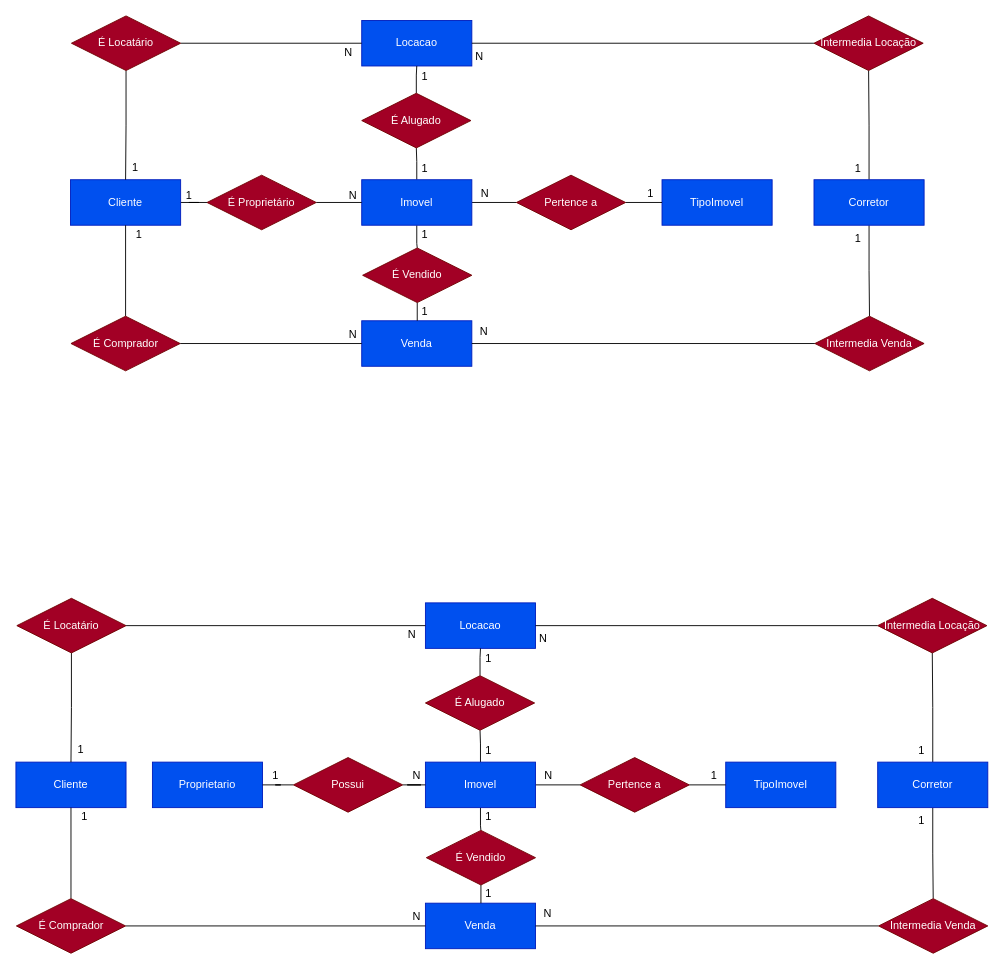
This is ProjetoIntegrador/BD/ProjetoIntegrador.drawio from ViniciusPorcionato/1_ADS_SENAI, a draw.io file, before an edit. Source tidied: cells renumbered, new cells numbered last; positions are measured from the earlier drawing's top-left corner, leaving out a move shared by most shapes. Both pictures are drawn from the tidied source at 91%, with x=0, y=0 at pixel (15, 15).
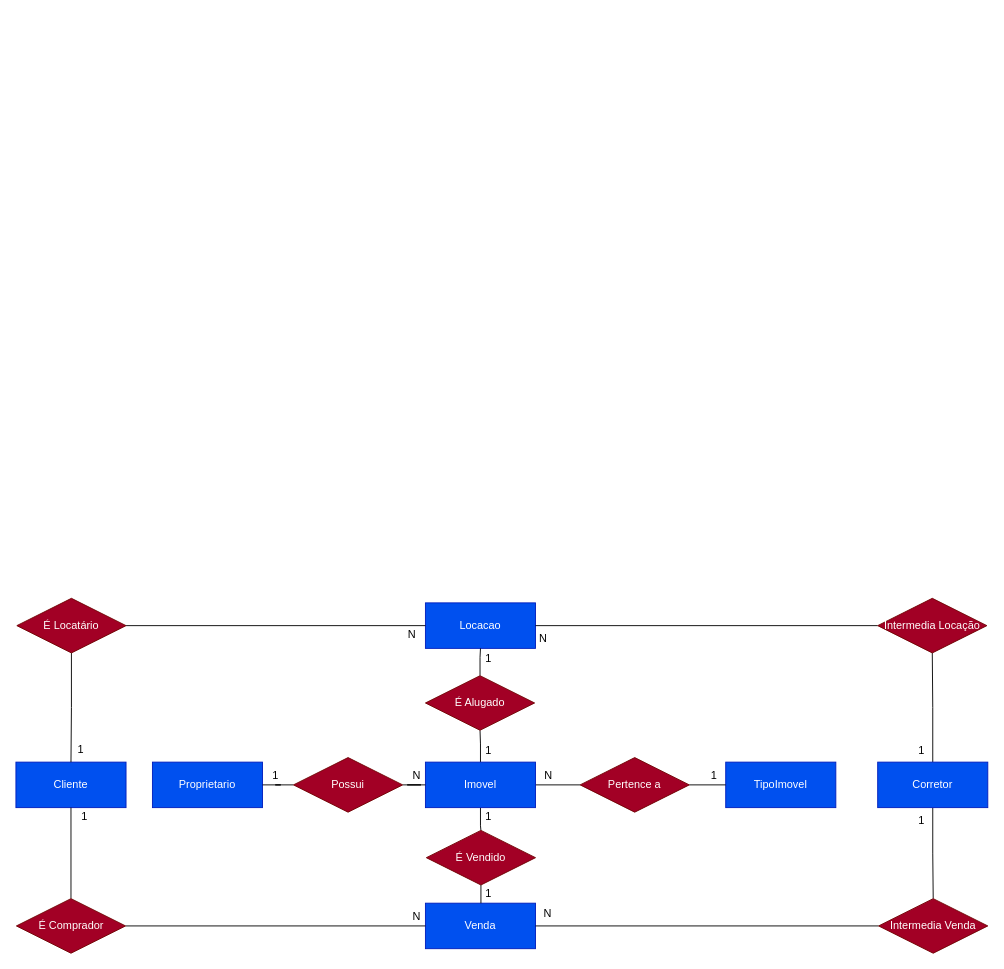
Above is the later version.

Commit message (it also covers changes not shown here):
Projeto Integrador: Atualização do diagrama do banco de dados

The edit, as a diff of the source:
```diff
@@
-    <mxCell id="2" style="edgeStyle=orthogonalEdgeStyle;rounded=0;jettySize=auto;html=1;endArrow=none;startFill=0;" parent="1" edge="1" source="3" target="19">
-      <mxGeometry relative="1" as="geometry" />
-    </mxCell>
-    <mxCell id="3" value="Cliente" style="whiteSpace=wrap;html=1;align=center;fillColor=#0050ef;fontColor=#ffffff;strokeColor=#001DBC;" parent="1" vertex="1">
-      <mxGeometry x="60" y="180" width="121" height="50" as="geometry" />
-    </mxCell>
-    <mxCell id="4" style="edgeStyle=orthogonalEdgeStyle;rounded=0;jettySize=auto;html=1;endArrow=none;startFill=0;" parent="1" edge="1" source="7" target="15">
-      <mxGeometry relative="1" as="geometry" />
-    </mxCell>
-    <mxCell id="5" style="edgeStyle=orthogonalEdgeStyle;rounded=0;jettySize=auto;html=1;endArrow=none;startFill=0;" parent="1" edge="1" source="7" target="17">
-      <mxGeometry relative="1" as="geometry" />
-    </mxCell>
-    <mxCell id="6" style="edgeStyle=orthogonalEdgeStyle;rounded=0;jettySize=auto;html=1;entryX=0;entryY=0.5;entryDx=0;entryDy=0;endArrow=none;startFill=0;" parent="1" edge="1" source="7" target="21">
-      <mxGeometry relative="1" as="geometry" />
-    </mxCell>
-    <mxCell id="7" value="Imovel" style="whiteSpace=wrap;html=1;align=center;fillColor=#0050ef;fontColor=#ffffff;strokeColor=#001DBC;" parent="1" vertex="1">
-      <mxGeometry x="380" y="180" width="121" height="50" as="geometry" />
-    </mxCell>
-    <mxCell id="8" value="Venda" style="whiteSpace=wrap;html=1;align=center;fillColor=#0050ef;fontColor=#ffffff;strokeColor=#001DBC;" parent="1" vertex="1">
-      <mxGeometry x="380" y="335" width="121" height="50" as="geometry" />
-    </mxCell>
-    <mxCell id="9" value="Locacao" style="whiteSpace=wrap;html=1;align=center;fillColor=#0050ef;fontColor=#ffffff;strokeColor=#001DBC;" parent="1" vertex="1">
-      <mxGeometry x="380" y="5" width="121" height="50" as="geometry" />
-    </mxCell>
-    <mxCell id="10" value="TipoImovel" style="whiteSpace=wrap;html=1;align=center;fillColor=#0050ef;fontColor=#ffffff;strokeColor=#001DBC;" parent="1" vertex="1">
-      <mxGeometry x="710" y="180" width="121" height="50" as="geometry" />
-    </mxCell>
-    <mxCell id="11" style="edgeStyle=orthogonalEdgeStyle;rounded=0;jettySize=auto;html=1;entryX=0.5;entryY=1;entryDx=0;entryDy=0;endArrow=none;startFill=0;" parent="1" edge="1" source="13" target="29">
-      <mxGeometry relative="1" as="geometry" />
-    </mxCell>
-    <mxCell id="12" style="edgeStyle=orthogonalEdgeStyle;rounded=0;jettySize=auto;html=1;entryX=0.5;entryY=0;entryDx=0;entryDy=0;endArrow=none;startFill=0;" parent="1" edge="1" source="13" target="31">
-      <mxGeometry relative="1" as="geometry" />
-    </mxCell>
-    <mxCell id="13" value="Corretor" style="whiteSpace=wrap;html=1;align=center;fillColor=#0050ef;fontColor=#ffffff;strokeColor=#001DBC;" parent="1" vertex="1">
-      <mxGeometry x="877" y="180" width="121" height="50" as="geometry" />
-    </mxCell>
-    <mxCell id="14" style="edgeStyle=orthogonalEdgeStyle;rounded=0;jettySize=auto;html=1;endArrow=none;startFill=0;" parent="1" edge="1" source="15" target="9">
-      <mxGeometry relative="1" as="geometry" />
-    </mxCell>
-    <mxCell id="15" value="&lt;div&gt;É Alugado&lt;/div&gt;" style="shape=rhombus;perimeter=rhombusPerimeter;whiteSpace=wrap;html=1;align=center;fillColor=#a20025;fontColor=#ffffff;strokeColor=#6F0000;" parent="1" vertex="1">
-      <mxGeometry x="380" y="85" width="120" height="60" as="geometry" />
-    </mxCell>
-    <mxCell id="16" style="edgeStyle=orthogonalEdgeStyle;rounded=0;jettySize=auto;html=1;endArrow=none;startFill=0;" parent="1" edge="1" source="17" target="8">
-      <mxGeometry relative="1" as="geometry" />
-    </mxCell>
-    <mxCell id="17" value="&lt;div&gt;É Vendido&lt;/div&gt;" style="shape=rhombus;perimeter=rhombusPerimeter;whiteSpace=wrap;html=1;align=center;fillColor=#a20025;fontColor=#ffffff;strokeColor=#6F0000;" parent="1" vertex="1">
-      <mxGeometry x="381" y="255" width="120" height="60" as="geometry" />
-    </mxCell>
-    <mxCell id="18" style="edgeStyle=orthogonalEdgeStyle;rounded=0;jettySize=auto;html=1;entryX=0;entryY=0.5;entryDx=0;entryDy=0;endArrow=none;startFill=0;" parent="1" edge="1" source="19" target="7">
-      <mxGeometry relative="1" as="geometry" />
-    </mxCell>
-    <mxCell id="19" value="&lt;div&gt;É Proprietário&lt;/div&gt;" style="shape=rhombus;perimeter=rhombusPerimeter;whiteSpace=wrap;html=1;align=center;fillColor=#a20025;fontColor=#ffffff;strokeColor=#6F0000;" parent="1" vertex="1">
-      <mxGeometry x="210" y="175" width="120" height="60" as="geometry" />
-    </mxCell>
-    <mxCell id="20" style="edgeStyle=orthogonalEdgeStyle;rounded=0;jettySize=auto;html=1;entryX=0;entryY=0.5;entryDx=0;entryDy=0;endArrow=none;startFill=0;" parent="1" edge="1" source="21" target="10">
-      <mxGeometry relative="1" as="geometry" />
-    </mxCell>
-    <mxCell id="21" value="&lt;div&gt;Pertence a&lt;/div&gt;" style="shape=rhombus;perimeter=rhombusPerimeter;whiteSpace=wrap;html=1;align=center;fillColor=#a20025;fontColor=#ffffff;strokeColor=#6F0000;" parent="1" vertex="1">
-      <mxGeometry x="550" y="175" width="120" height="60" as="geometry" />
-    </mxCell>
-    <mxCell id="22" style="edgeStyle=orthogonalEdgeStyle;rounded=0;jettySize=auto;html=1;endArrow=none;startFill=0;" parent="1" edge="1" source="24" target="3">
-      <mxGeometry relative="1" as="geometry" />
-    </mxCell>
-    <mxCell id="23" style="edgeStyle=orthogonalEdgeStyle;rounded=0;jettySize=auto;html=1;entryX=0;entryY=0.5;entryDx=0;entryDy=0;endArrow=none;startFill=0;" parent="1" edge="1" source="24" target="9">
-      <mxGeometry relative="1" as="geometry" />
-    </mxCell>
-    <mxCell id="24" value="&lt;div&gt;É Locatário&lt;/div&gt;" style="shape=rhombus;perimeter=rhombusPerimeter;whiteSpace=wrap;html=1;align=center;fillColor=#a20025;fontColor=#ffffff;strokeColor=#6F0000;" parent="1" vertex="1">
-      <mxGeometry x="61" width="120" height="60" as="geometry" />
-    </mxCell>
-    <mxCell id="25" style="edgeStyle=orthogonalEdgeStyle;rounded=0;jettySize=auto;html=1;endArrow=none;startFill=0;" parent="1" edge="1" source="27" target="3">
-      <mxGeometry relative="1" as="geometry" />
-    </mxCell>
-    <mxCell id="26" style="edgeStyle=orthogonalEdgeStyle;rounded=0;jettySize=auto;html=1;entryX=0;entryY=0.5;entryDx=0;entryDy=0;endArrow=none;startFill=0;" parent="1" edge="1" source="27" target="8">
-      <mxGeometry relative="1" as="geometry" />
-    </mxCell>
-    <mxCell id="27" value="&lt;div&gt;É Comprador&lt;/div&gt;" style="shape=rhombus;perimeter=rhombusPerimeter;whiteSpace=wrap;html=1;align=center;fillColor=#a20025;fontColor=#ffffff;strokeColor=#6F0000;" parent="1" vertex="1">
-      <mxGeometry x="60.5" y="330" width="120" height="60" as="geometry" />
-    </mxCell>
-    <mxCell id="28" style="edgeStyle=orthogonalEdgeStyle;rounded=0;jettySize=auto;html=1;entryX=1;entryY=0.5;entryDx=0;entryDy=0;endArrow=none;startFill=0;" parent="1" edge="1" source="29" target="9">
-      <mxGeometry relative="1" as="geometry" />
-    </mxCell>
-    <mxCell id="29" value="&lt;div&gt;Intermedia Locação&lt;/div&gt;" style="shape=rhombus;perimeter=rhombusPerimeter;whiteSpace=wrap;html=1;align=center;fillColor=#a20025;fontColor=#ffffff;strokeColor=#6F0000;" parent="1" vertex="1">
-      <mxGeometry x="877" width="120" height="60" as="geometry" />
-    </mxCell>
-    <mxCell id="30" style="edgeStyle=orthogonalEdgeStyle;rounded=0;jettySize=auto;html=1;entryX=1;entryY=0.5;entryDx=0;entryDy=0;endArrow=none;startFill=0;" parent="1" edge="1" source="31" target="8">
-      <mxGeometry relative="1" as="geometry" />
-    </mxCell>
-    <mxCell id="31" value="&lt;div&gt;Intermedia Venda&lt;/div&gt;" style="shape=rhombus;perimeter=rhombusPerimeter;whiteSpace=wrap;html=1;align=center;fillColor=#a20025;fontColor=#ffffff;strokeColor=#6F0000;" parent="1" vertex="1">
-      <mxGeometry x="878" y="330" width="120" height="60" as="geometry" />
-    </mxCell>
-    <mxCell id="32" value="1" style="text;html=1;align=center;verticalAlign=middle;strokeColor=none;fillColor=none;" parent="1" vertex="1">
-      <mxGeometry x="175" y="183" width="30" height="30" as="geometry" />
-    </mxCell>
-    <mxCell id="33" value="N" style="text;html=1;align=center;verticalAlign=middle;strokeColor=none;fillColor=none;" parent="1" vertex="1">
-      <mxGeometry x="355" y="183" width="30" height="30" as="geometry" />
-    </mxCell>
-    <mxCell id="34" value="1" style="text;html=1;align=center;verticalAlign=middle;strokeColor=none;fillColor=none;" parent="1" vertex="1">
-      <mxGeometry x="434" y="225" width="30" height="30" as="geometry" />
-    </mxCell>
-    <mxCell id="35" value="1" style="text;html=1;align=center;verticalAlign=middle;strokeColor=none;fillColor=none;" parent="1" vertex="1">
-      <mxGeometry x="434" y="310" width="30" height="30" as="geometry" />
-    </mxCell>
-    <mxCell id="36" value="1" style="text;html=1;align=center;verticalAlign=middle;strokeColor=none;fillColor=none;" parent="1" vertex="1">
-      <mxGeometry x="434" y="153" width="30" height="30" as="geometry" />
-    </mxCell>
-    <mxCell id="37" value="1" style="text;html=1;align=center;verticalAlign=middle;strokeColor=none;fillColor=none;" parent="1" vertex="1">
-      <mxGeometry x="434" y="52" width="30" height="30" as="geometry" />
-    </mxCell>
-    <mxCell id="38" value="1" style="text;html=1;align=center;verticalAlign=middle;strokeColor=none;fillColor=none;" parent="1" vertex="1">
-      <mxGeometry x="120" y="225" width="30" height="30" as="geometry" />
-    </mxCell>
-    <mxCell id="39" value="N" style="text;html=1;align=center;verticalAlign=middle;strokeColor=none;fillColor=none;" parent="1" vertex="1">
-      <mxGeometry x="355" y="335" width="30" height="30" as="geometry" />
-    </mxCell>
-    <mxCell id="40" value="1" style="text;html=1;align=center;verticalAlign=middle;strokeColor=none;fillColor=none;" parent="1" vertex="1">
-      <mxGeometry x="116" y="152" width="30" height="30" as="geometry" />
-    </mxCell>
-    <mxCell id="41" value="N" style="text;html=1;align=center;verticalAlign=middle;strokeColor=none;fillColor=none;" parent="1" vertex="1">
-      <mxGeometry x="350" y="25" width="30" height="30" as="geometry" />
-    </mxCell>
-    <mxCell id="42" value="N" style="text;html=1;align=center;verticalAlign=middle;strokeColor=none;fillColor=none;" parent="1" vertex="1">
-      <mxGeometry x="500" y="180" width="30" height="30" as="geometry" />
-    </mxCell>
-    <mxCell id="43" value="1" style="text;html=1;align=center;verticalAlign=middle;strokeColor=none;fillColor=none;" parent="1" vertex="1">
-      <mxGeometry x="682" y="180" width="30" height="30" as="geometry" />
-    </mxCell>
-    <mxCell id="44" value="1" style="text;html=1;align=center;verticalAlign=middle;strokeColor=none;fillColor=none;" parent="1" vertex="1">
-      <mxGeometry x="910" y="153" width="30" height="30" as="geometry" />
-    </mxCell>
-    <mxCell id="45" value="1" style="text;html=1;align=center;verticalAlign=middle;strokeColor=none;fillColor=none;" parent="1" vertex="1">
-      <mxGeometry x="910" y="230" width="30" height="30" as="geometry" />
-    </mxCell>
-    <mxCell id="46" value="N" style="text;html=1;align=center;verticalAlign=middle;strokeColor=none;fillColor=none;" parent="1" vertex="1">
-      <mxGeometry x="494" y="30" width="30" height="30" as="geometry" />
-    </mxCell>
-    <mxCell id="47" value="N" style="text;html=1;align=center;verticalAlign=middle;strokeColor=none;fillColor=none;" parent="1" vertex="1">
-      <mxGeometry x="499" y="332" width="30" height="30" as="geometry" />
-    </mxCell>
```
